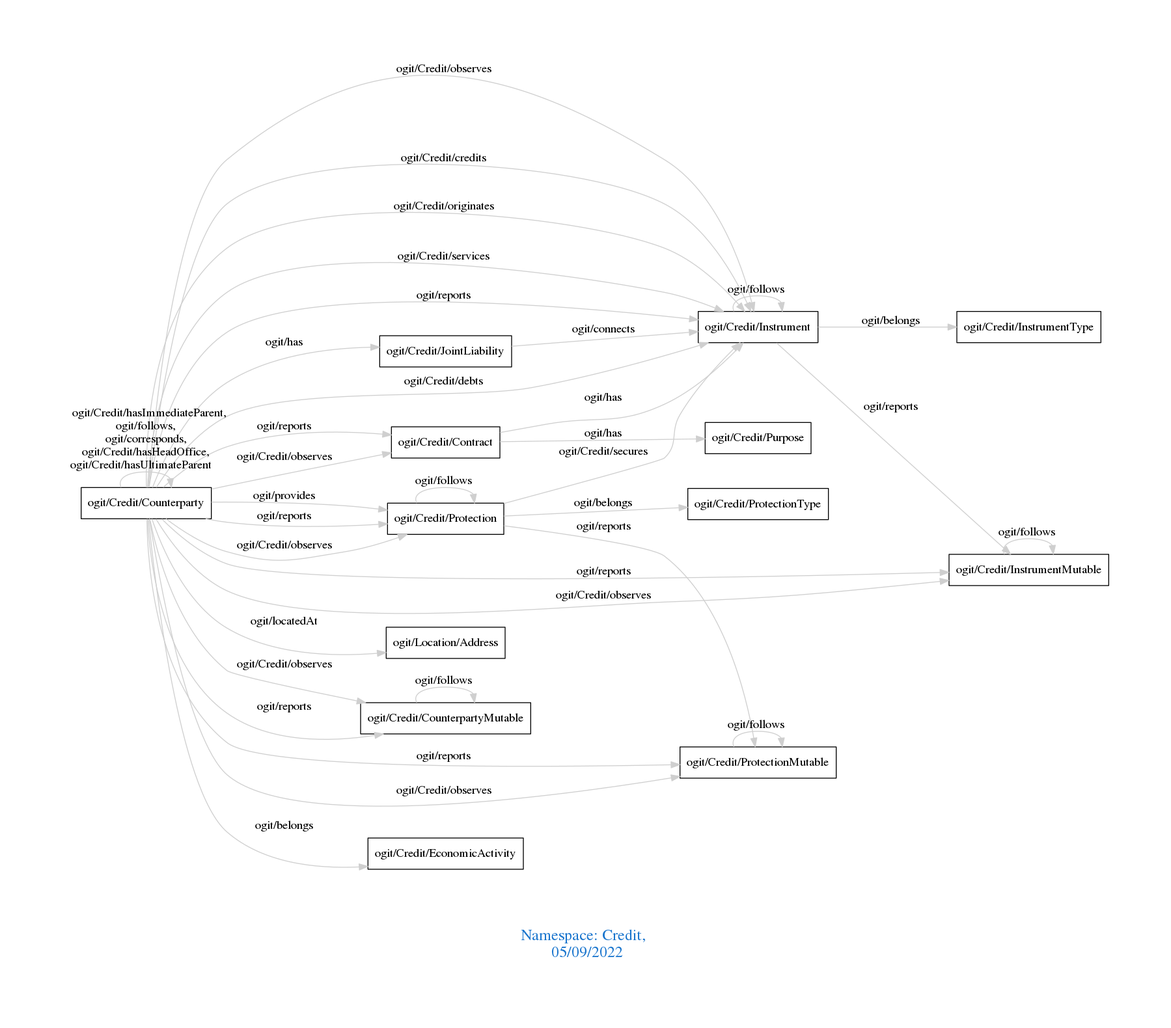
Earlier version of the Graphviz export downloads/Credit.png (arago/OGIT). Its source is kept beside it as downloads/Credit.dot.
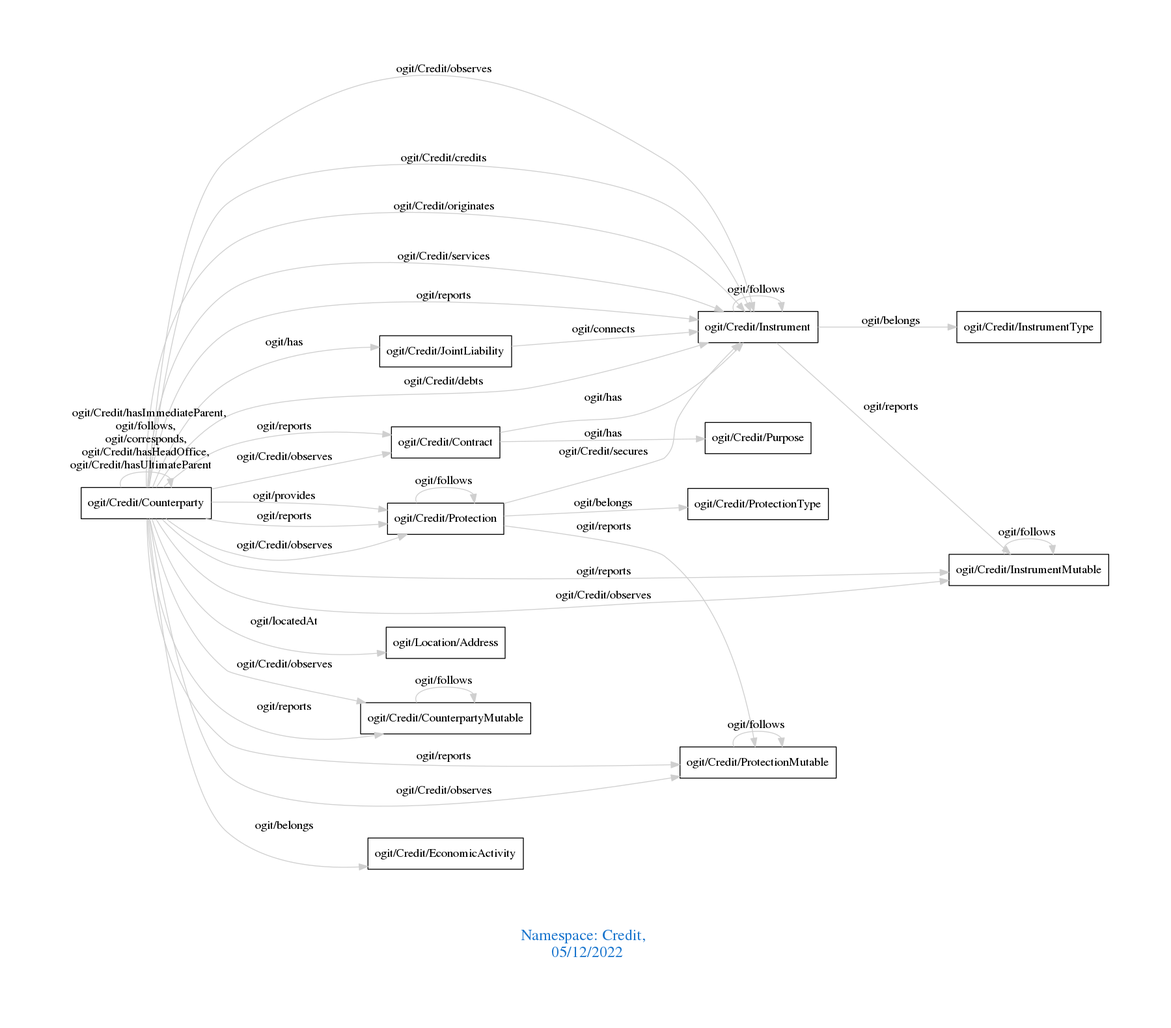
After the commit.

Change to the diagram source:
```diff
@@ -1,7 +1,7 @@
 digraph OGIT_ontology {
  graph [ rankdir= LR,pad=1
 fontsize = 18,
-fontcolor= dodgerblue3,label = "\n\n\nNamespace: Credit, \n 05/09/2022"];
+fontcolor= dodgerblue3,label = "\n\n\nNamespace: Credit, \n 05/12/2022"];
 node[shape=polygon];
 edge [  color="gray81"];
 
```
